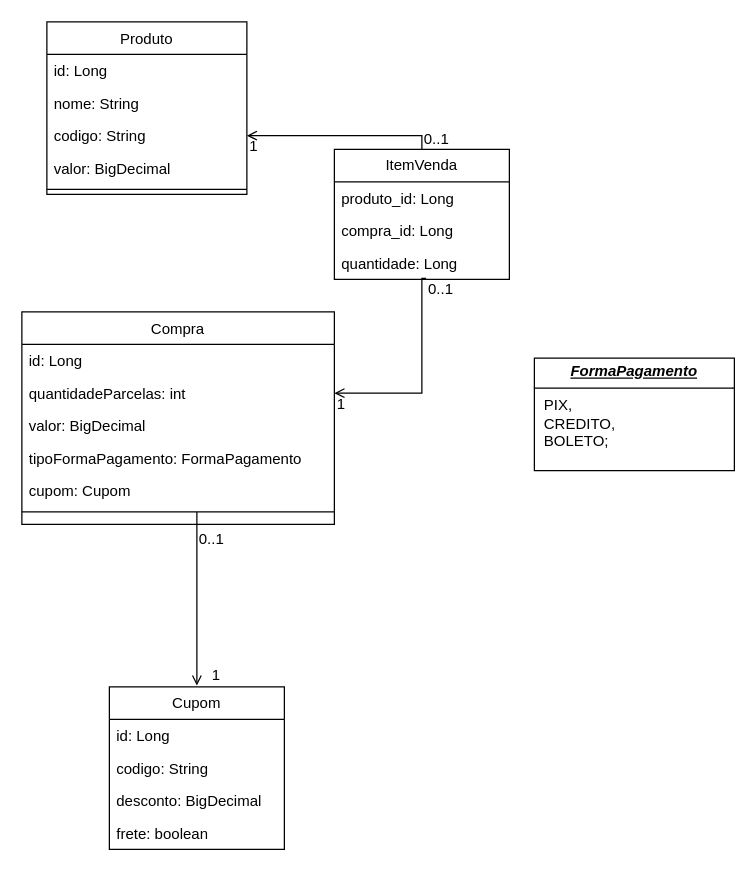
Above: diagrama.drawio in majutestoni/checkout-compra (draw.io), before the change. Source tidied: cells renumbered, new cells numbered last; positions are measured from the earlier drawing's top-left corner, leaving out a move shared by most shapes. Both pictures are drawn from the tidied source at 125%, with x=0, y=0 at pixel (21, 21).
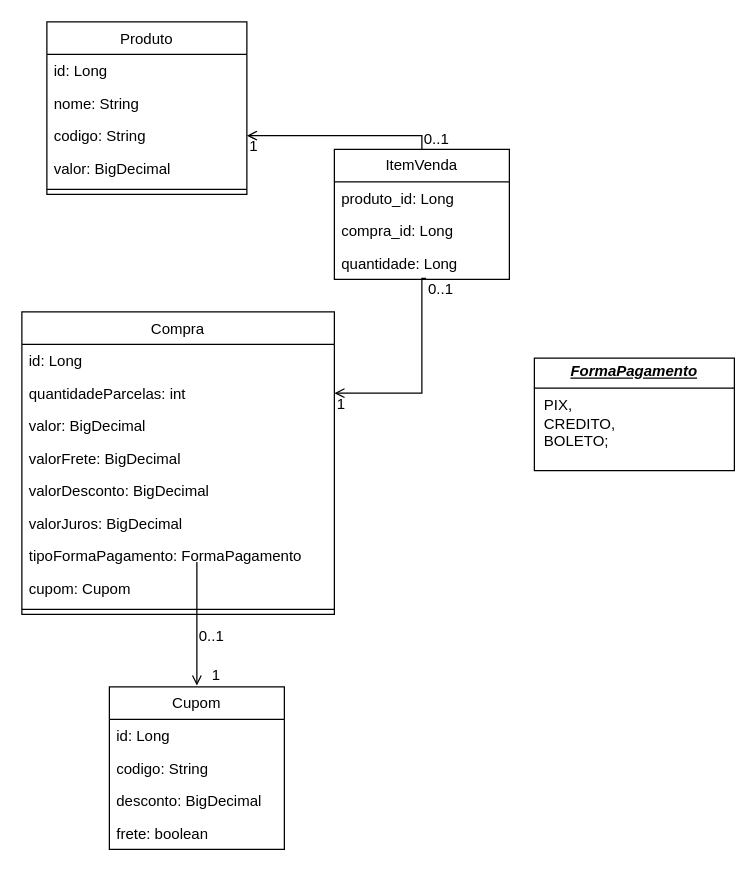
After the change.

What changed in the source:
```diff
@@
     <mxCell id="8" value="Compra" style="swimlane;fontStyle=0;align=center;verticalAlign=top;horizontal=1;startSize=26;rounded=0;shadow=0;strokeWidth=1;" parent="1" vertex="1">
-      <mxGeometry y="232" width="250" height="170" as="geometry" />
+      <mxGeometry y="232" width="250" height="242" as="geometry" />
     </mxCell>
@@
+    <mxCell id="34" value="valorFrete: BigDecimal" style="text;align=left;verticalAlign=top;spacingLeft=4;spacingRight=4;overflow=hidden;" parent="8" vertex="1">
+      <mxGeometry y="104" width="250" height="26" as="geometry" />
+    </mxCell>
+    <mxCell id="35" value="valorDesconto: BigDecimal" style="text;align=left;verticalAlign=top;spacingLeft=4;spacingRight=4;overflow=hidden;" parent="8" vertex="1">
+      <mxGeometry y="130" width="250" height="26" as="geometry" />
+    </mxCell>
+    <mxCell id="36" value="valorJuros: BigDecimal" style="text;align=left;verticalAlign=top;spacingLeft=4;spacingRight=4;overflow=hidden;" parent="8" vertex="1">
+      <mxGeometry y="156" width="250" height="26" as="geometry" />
+    </mxCell>
     <mxCell id="12" value="tipoFormaPagamento: FormaPagamento" style="text;align=left;verticalAlign=top;spacingLeft=4;spacingRight=4;overflow=hidden;" parent="8" vertex="1">
-      <mxGeometry y="104" width="250" height="26" as="geometry" />
+      <mxGeometry y="182" width="250" height="26" as="geometry" />
     </mxCell>
     <mxCell id="13" value="cupom: Cupom" style="text;align=left;verticalAlign=top;spacingLeft=4;spacingRight=4;overflow=hidden;" parent="8" vertex="1">
-      <mxGeometry y="130" width="250" height="26" as="geometry" />
+      <mxGeometry y="208" width="250" height="26" as="geometry" />
     </mxCell>
     <mxCell id="14" style="line;html=1;strokeWidth=1;align=left;verticalAlign=middle;spacingTop=-1;spacingLeft=3;spacingRight=3;labelPosition=right;points=[];portConstraint=eastwest;" parent="8" vertex="1">
-      <mxGeometry y="156" width="250" height="8" as="geometry" />
+      <mxGeometry y="234" width="250" height="8" as="geometry" />
     </mxCell>
```
